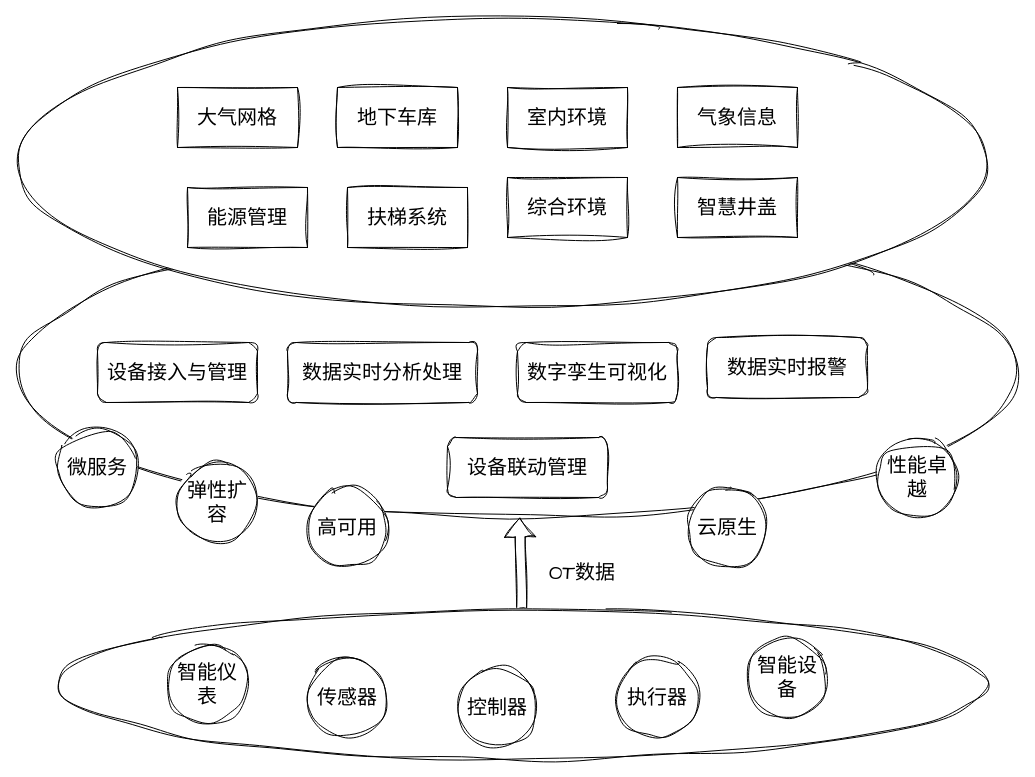
Above: page "SaaS" (1 of 3) of qiwu.drawio in viking-wj/software (draw.io), before the change. Source tidied: cells renumbered, new cells numbered last; positions are measured from the earlier drawing's top-left corner, leaving out a move shared by most shapes. Both pictures are drawn from the tidied source at 100%, with x=0, y=0 at pixel (17, 17).
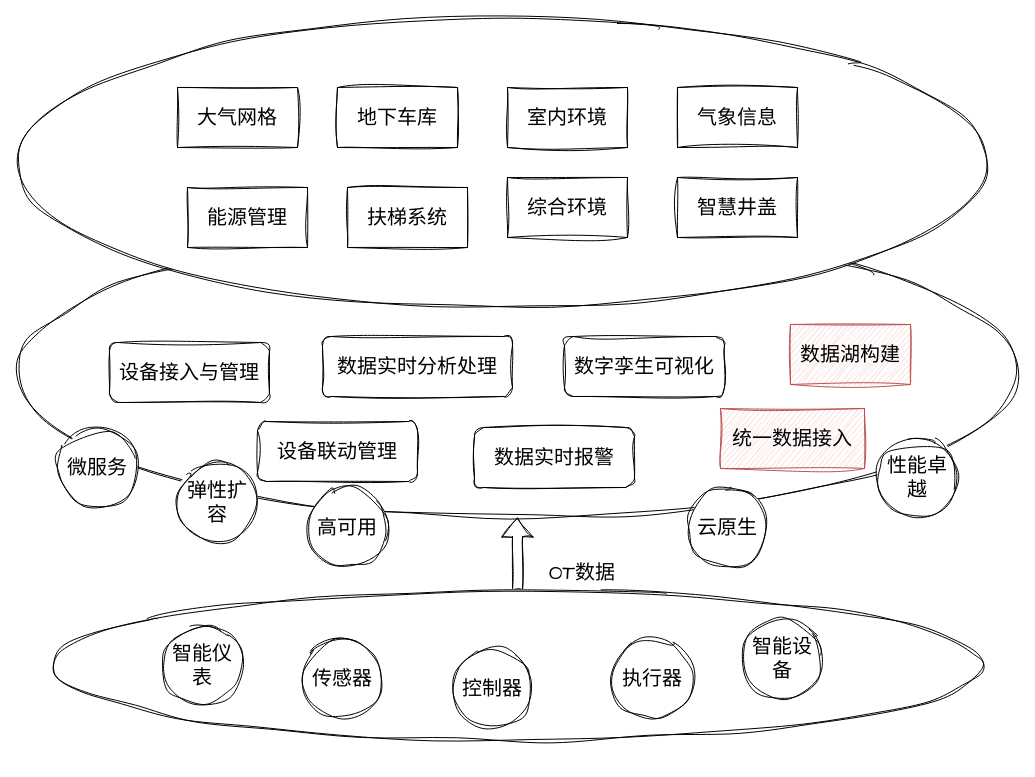
The same page after the edit.

Change to the diagram source:
```diff
@@
     <mxCell id="4" value="设备接入与管理" style="rounded=1;whiteSpace=wrap;html=1;sketch=1;hachureGap=4;jiggle=2;curveFitting=1;fontFamily=Architects Daughter;fontSize=20;" parent="1" vertex="1">
-      <mxGeometry x="80" y="325" width="160" height="60" as="geometry" />
+      <mxGeometry x="92" y="325" width="160" height="60" as="geometry" />
     </mxCell>
     <mxCell id="5" value="数据实时分析处理" style="rounded=1;whiteSpace=wrap;html=1;sketch=1;hachureGap=4;jiggle=2;curveFitting=1;fontFamily=Architects Daughter;fontSize=20;" parent="1" vertex="1">
-      <mxGeometry x="270" y="325" width="190" height="60" as="geometry" />
+      <mxGeometry x="305" y="319" width="190" height="60" as="geometry" />
     </mxCell>
     <mxCell id="6" value="数字孪生可视化" style="rounded=1;whiteSpace=wrap;html=1;sketch=1;hachureGap=4;jiggle=2;curveFitting=1;fontFamily=Architects Daughter;fontSize=20;" parent="1" vertex="1">
-      <mxGeometry x="500" y="325" width="160" height="60" as="geometry" />
+      <mxGeometry x="547" y="319" width="160" height="60" as="geometry" />
     </mxCell>
     <mxCell id="7" value="数据实时报警" style="rounded=1;whiteSpace=wrap;html=1;sketch=1;hachureGap=4;jiggle=2;curveFitting=1;fontFamily=Architects Daughter;fontSize=20;" parent="1" vertex="1">
-      <mxGeometry x="690" y="320" width="160" height="60" as="geometry" />
+      <mxGeometry x="457" y="410" width="160" height="60" as="geometry" />
     </mxCell>
     <mxCell id="8" value="设备联动管理" style="rounded=1;whiteSpace=wrap;html=1;sketch=1;hachureGap=4;jiggle=2;curveFitting=1;fontFamily=Architects Daughter;fontSize=20;" parent="1" vertex="1">
-      <mxGeometry x="430" y="420" width="160" height="60" as="geometry" />
+      <mxGeometry x="240" y="404" width="160" height="60" as="geometry" />
     </mxCell>
@@
     <mxCell id="25" style="group;" parent="1" vertex="1">
-      <mxGeometry x="40" y="592" width="930" height="150" as="geometry" />
+      <mxGeometry x="35" y="573" width="930" height="150" as="geometry" />
     </mxCell>
@@
+    <mxCell id="32" value="数据湖构建" style="rounded=0;whiteSpace=wrap;html=1;sketch=1;hachureGap=4;jiggle=2;curveFitting=1;fontFamily=Architects Daughter;fontSize=20;fillColor=#f8cecc;strokeColor=#b85450;" parent="1" vertex="1">
+      <mxGeometry x="773" y="307" width="120" height="60" as="geometry" />
+    </mxCell>
+    <mxCell id="33" value="统一数据接入" style="rounded=0;whiteSpace=wrap;html=1;sketch=1;hachureGap=4;jiggle=2;curveFitting=1;fontFamily=Architects Daughter;fontSize=20;fillColor=#f8cecc;strokeColor=#b85450;" parent="1" vertex="1">
+      <mxGeometry x="703" y="391" width="144" height="60" as="geometry" />
+    </mxCell>
```
